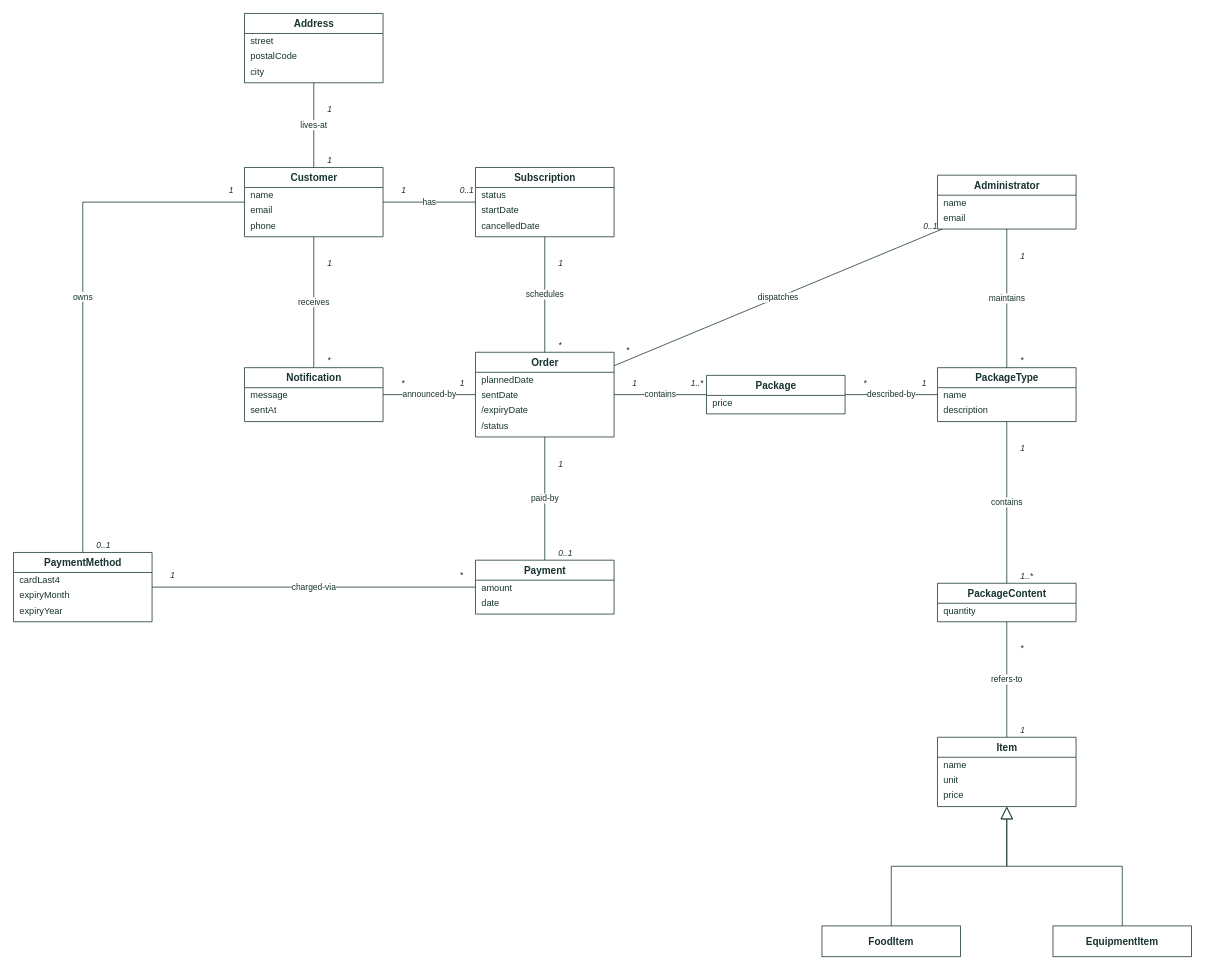
Earlier version of the draw.io diagram page "Domain model" (1 of 3) of docs/assets/drawio/domain-model.drawio (Mosekjaer/prepmeup). Source tidied: cells renumbered, new cells numbered last; positions are measured from the earlier drawing's top-left corner, leaving out a move shared by most shapes. Both pictures are drawn from the tidied source at 77%, with x=0, y=0 at pixel (13, 13).
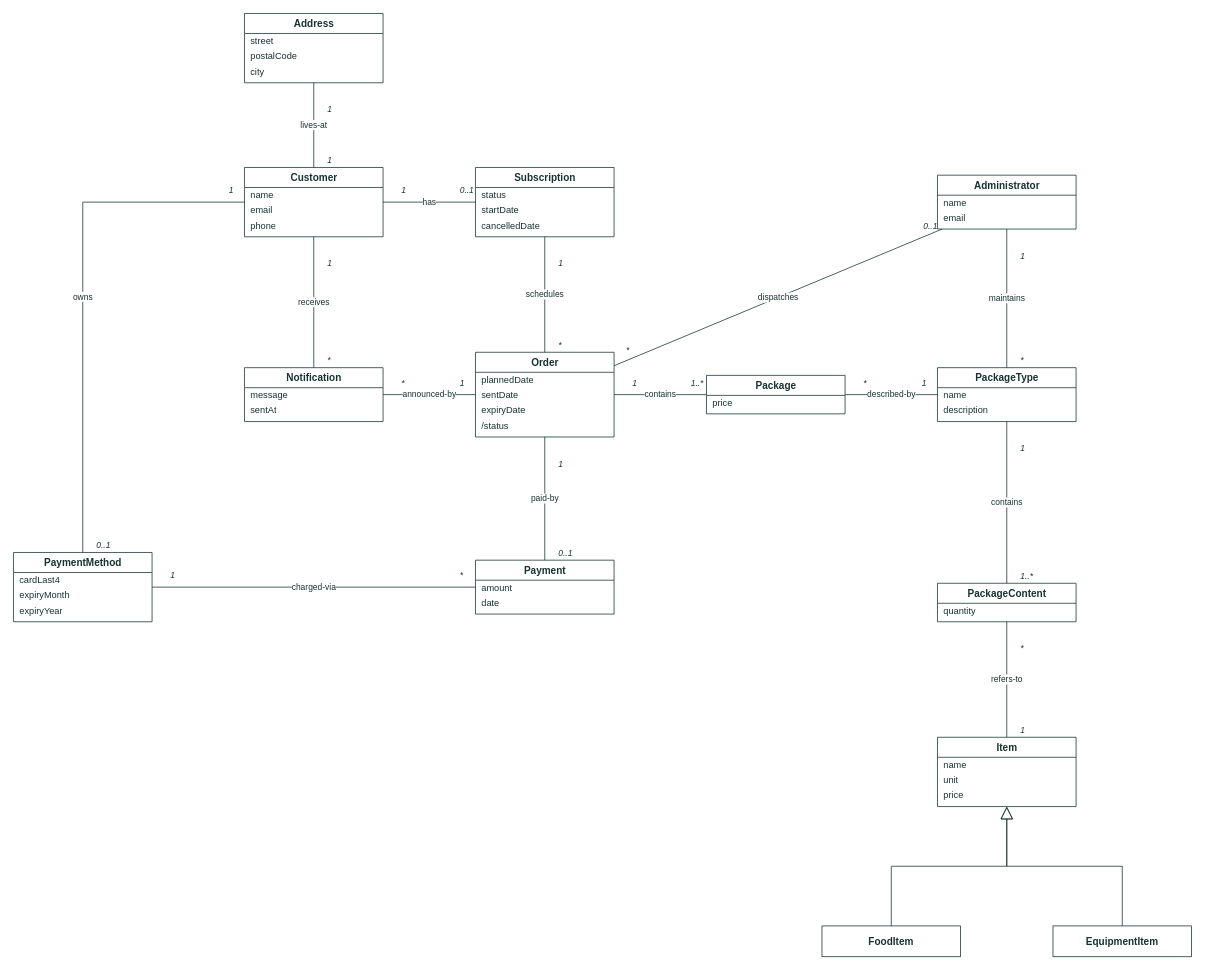
The same page after the edit.

The change refers to these unchanged cells:
```xml
<mxCell id="20" value="Order" style="swimlane;fontStyle=1;horizontal=1;startSize=26;fillColor=#FFFFFF;swimlaneFillColor=#FFFFFF;strokeColor=#173330;fontColor=#173330;fontSize=13;html=1;" parent="1" vertex="1">
  <mxGeometry x="600" y="440" width="180" height="110" as="geometry" />
</mxCell>
```

What changed in the source:
```diff
@@
-    <mxCell id="23" value="/expiryDate" style="text;strokeColor=none;fillColor=none;align=left;verticalAlign=middle;spacingLeft=6;spacingRight=4;overflow=hidden;fontSize=12;html=1;fontColor=#173330;" parent="20" vertex="1">
+    <mxCell id="23" value="expiryDate" style="text;strokeColor=none;fillColor=none;align=left;verticalAlign=middle;spacingLeft=6;spacingRight=4;overflow=hidden;fontSize=12;html=1;fontColor=#173330;" parent="20" vertex="1">
       <mxGeometry y="66" width="180" height="20" as="geometry" />
     </mxCell>
```
